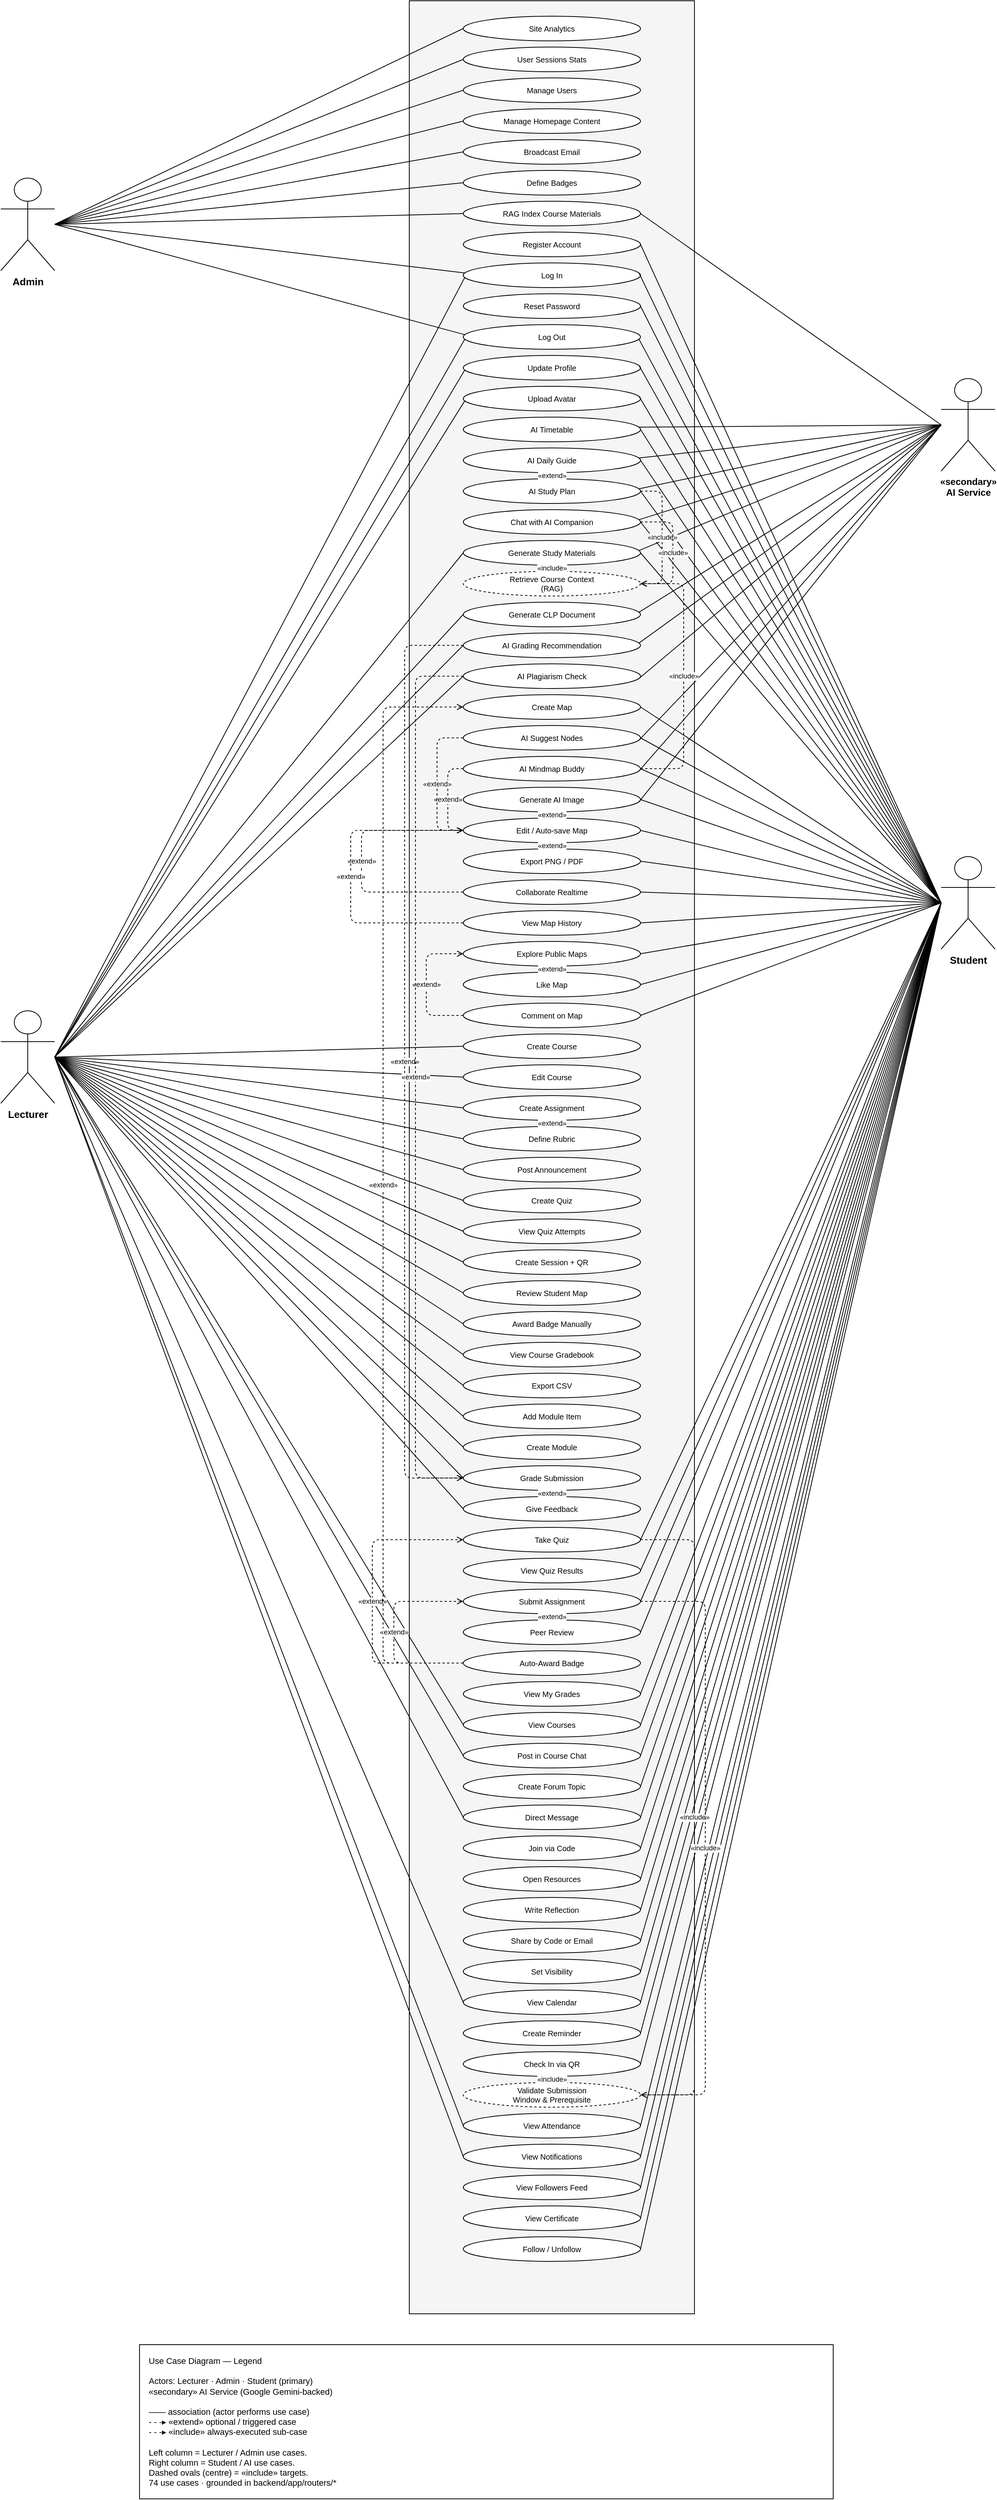
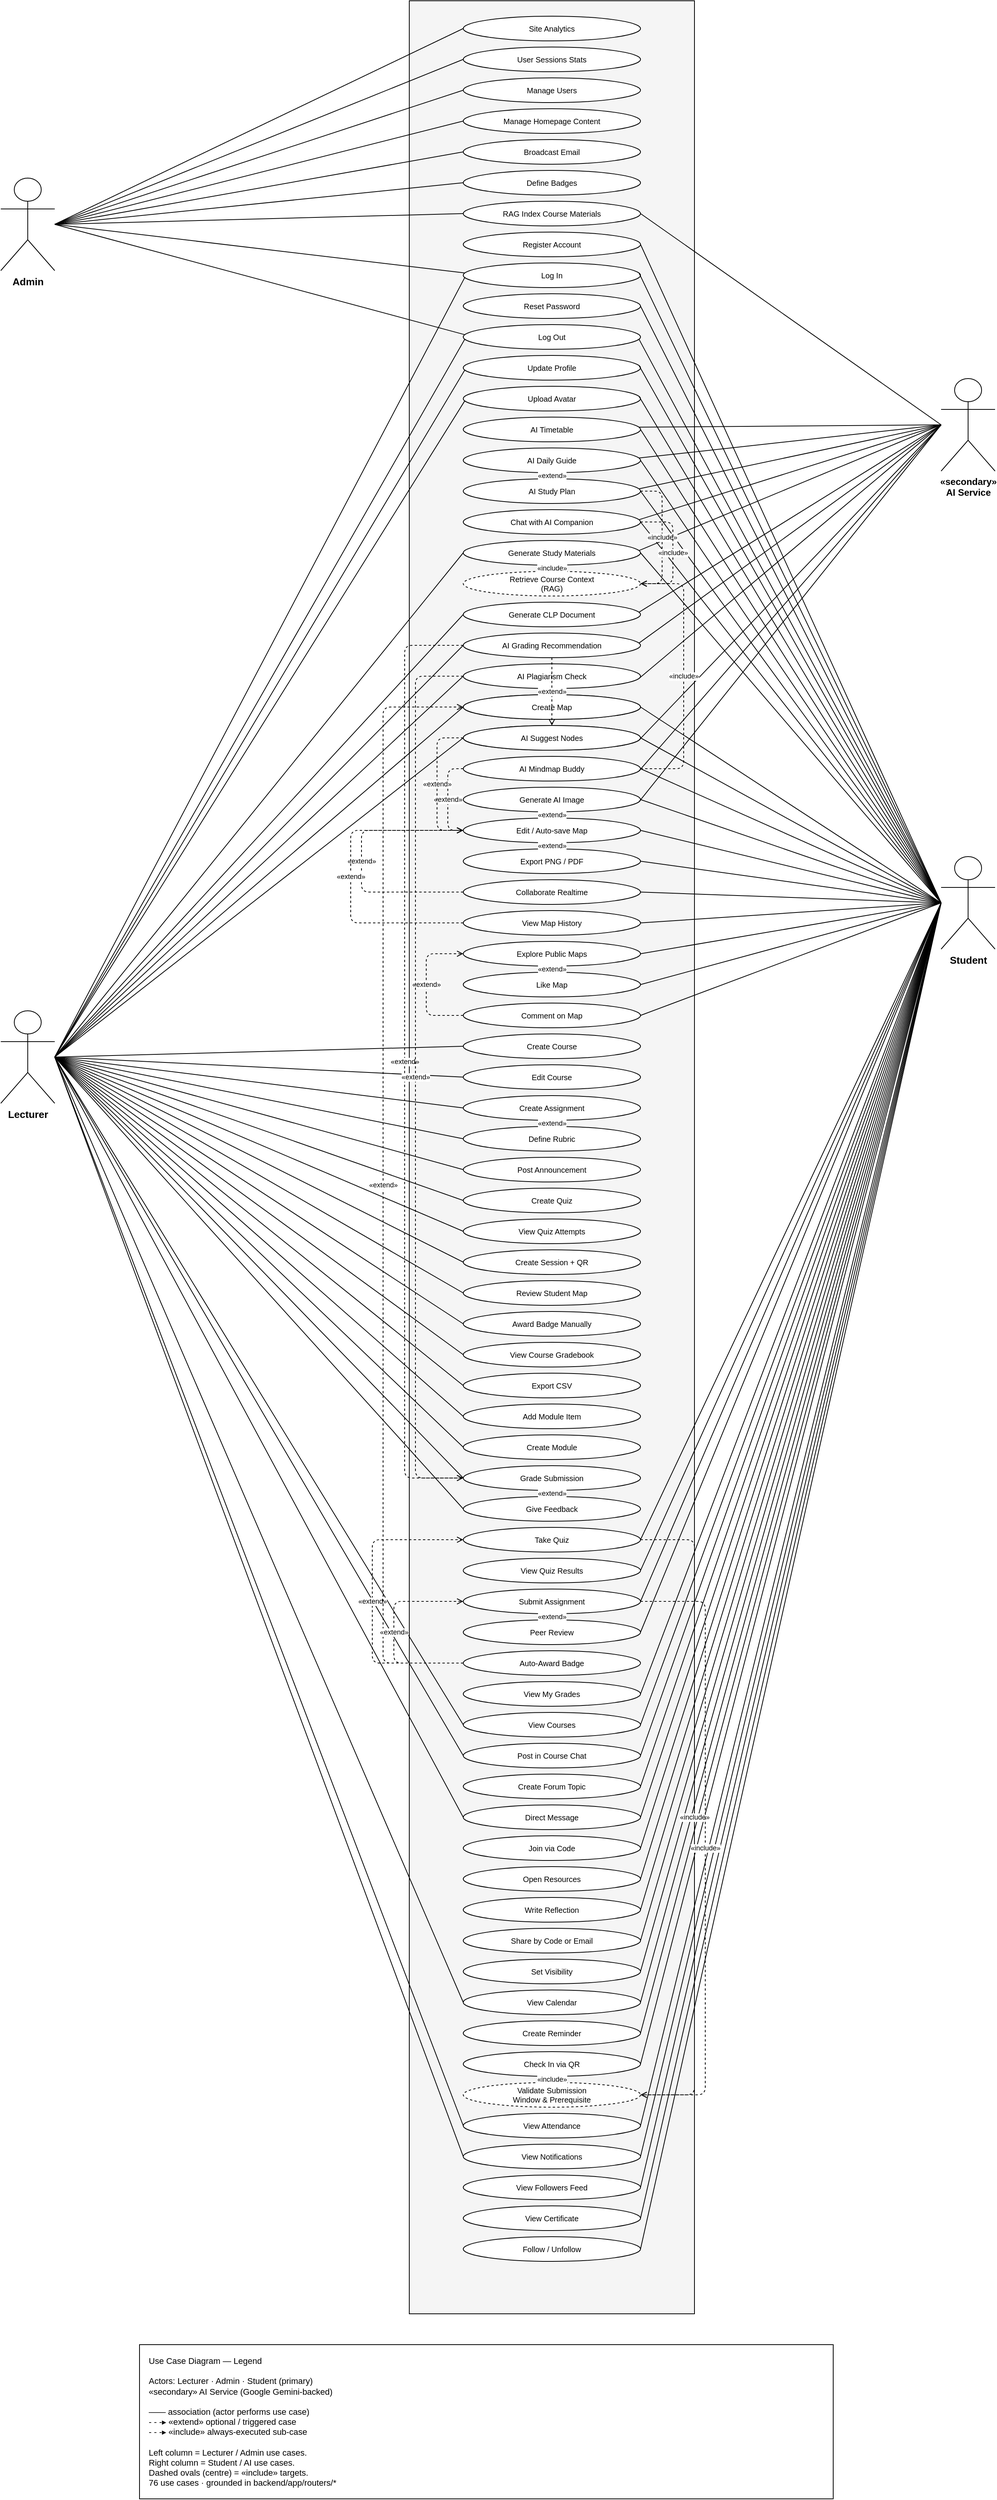
<mxfile host="app.diagrams.net" agent="MySmartStudy" version="22.1.16">
  <diagram id="usecase" name="Use Case Diagram">
    <mxGraphModel dx="2000" dy="1400" grid="0" gridSize="10" guides="1" tooltips="1" connect="1" arrows="1" fold="1" page="1" pageScale="1" pageWidth="1500" pageHeight="3360" math="0" shadow="0">
      <root>
        <mxCell id="0" />
        <mxCell id="1" parent="0" />

        <!-- ============ SYSTEM BOUNDARY ============ -->
        <mxCell id="boundary" value="MySmartStudy" style="rounded=0;whiteSpace=wrap;html=1;fillColor=#F5F5F5;strokeColor=#000000;verticalAlign=top;align=center;fontSize=22;fontStyle=1;fontColor=#000000;spacingTop=12" vertex="1" parent="1">
          <mxGeometry x="650" y="70" width="370" height="3000" as="geometry" />
        </mxCell>

        <!-- ============ ACTORS ============ -->
        <mxCell id="act_adm" value="Admin" style="shape=umlActor;verticalLabelPosition=bottom;verticalAlign=top;html=1;outlineConnect=0;fontSize=13;fontStyle=1;fillColor=#ffffff;strokeColor=#000000;fontColor=#000000" vertex="1" parent="1">
          <mxGeometry x="120" y="300" width="70" height="120" as="geometry" />
        </mxCell>
        <mxCell id="act_lec" value="Lecturer" style="shape=umlActor;verticalLabelPosition=bottom;verticalAlign=top;html=1;outlineConnect=0;fontSize=13;fontStyle=1;fillColor=#ffffff;strokeColor=#000000;fontColor=#000000" vertex="1" parent="1">
          <mxGeometry x="120" y="1380" width="70" height="120" as="geometry" />
        </mxCell>
        <mxCell id="act_stu" value="Student" style="shape=umlActor;verticalLabelPosition=bottom;verticalAlign=top;html=1;outlineConnect=0;fontSize=13;fontStyle=1;fillColor=#ffffff;strokeColor=#000000;fontColor=#000000" vertex="1" parent="1">
          <mxGeometry x="1340" y="1180" width="70" height="120" as="geometry" />
        </mxCell>
        <mxCell id="act_ai" value="«secondary»&#10;AI Service" style="shape=umlActor;verticalLabelPosition=bottom;verticalAlign=top;html=1;outlineConnect=0;fontSize=12;fontStyle=1;fillColor=#ffffff;strokeColor=#000000;fontColor=#000000" vertex="1" parent="1">
          <mxGeometry x="1340" y="560" width="70" height="120" as="geometry" />
        </mxCell>

        <!-- ============ LEFT COLUMN — Lecturer / Admin use cases ============ -->
        <mxCell id="A1" value="Site Analytics" style="ellipse;whiteSpace=wrap;html=1;fillColor=#ffffff;strokeColor=#000000;fontColor=#000000;fontSize=10" vertex="1" parent="1"><mxGeometry x="720" y="90" width="230" height="32" as="geometry" /></mxCell>
        <mxCell id="A2" value="User Sessions Stats" style="ellipse;whiteSpace=wrap;html=1;fillColor=#ffffff;strokeColor=#000000;fontColor=#000000;fontSize=10" vertex="1" parent="1"><mxGeometry x="720" y="130" width="230" height="32" as="geometry" /></mxCell>
        <mxCell id="A3" value="Manage Users" style="ellipse;whiteSpace=wrap;html=1;fillColor=#ffffff;strokeColor=#000000;fontColor=#000000;fontSize=10" vertex="1" parent="1"><mxGeometry x="720" y="170" width="230" height="32" as="geometry" /></mxCell>
        <mxCell id="A4" value="Manage Homepage Content" style="ellipse;whiteSpace=wrap;html=1;fillColor=#ffffff;strokeColor=#000000;fontColor=#000000;fontSize=10" vertex="1" parent="1"><mxGeometry x="720" y="210" width="230" height="32" as="geometry" /></mxCell>
        <mxCell id="A5" value="Broadcast Email" style="ellipse;whiteSpace=wrap;html=1;fillColor=#ffffff;strokeColor=#000000;fontColor=#000000;fontSize=10" vertex="1" parent="1"><mxGeometry x="720" y="250" width="230" height="32" as="geometry" /></mxCell>
        <mxCell id="A6" value="Define Badges" style="ellipse;whiteSpace=wrap;html=1;fillColor=#ffffff;strokeColor=#000000;fontColor=#000000;fontSize=10" vertex="1" parent="1"><mxGeometry x="720" y="290" width="230" height="32" as="geometry" /></mxCell>
        <mxCell id="u_rag" value="RAG Index Course Materials" style="ellipse;whiteSpace=wrap;html=1;fillColor=#ffffff;strokeColor=#000000;fontColor=#000000;fontSize=10" vertex="1" parent="1"><mxGeometry x="720" y="330" width="230" height="32" as="geometry" /></mxCell>
        <mxCell id="u0" value="Log In" style="ellipse;whiteSpace=wrap;html=1;fillColor=#ffffff;strokeColor=#000000;fontColor=#000000;fontSize=10" vertex="1" parent="1"><mxGeometry x="720" y="410" width="230" height="32" as="geometry" /></mxCell>
        <mxCell id="u3" value="Log Out" style="ellipse;whiteSpace=wrap;html=1;fillColor=#ffffff;strokeColor=#000000;fontColor=#000000;fontSize=10" vertex="1" parent="1"><mxGeometry x="720" y="490" width="230" height="32" as="geometry" /></mxCell>
        <mxCell id="u1" value="Update Profile" style="ellipse;whiteSpace=wrap;html=1;fillColor=#ffffff;strokeColor=#000000;fontColor=#000000;fontSize=10" vertex="1" parent="1"><mxGeometry x="720" y="530" width="230" height="32" as="geometry" /></mxCell>
        <mxCell id="u2" value="Upload Avatar" style="ellipse;whiteSpace=wrap;html=1;fillColor=#ffffff;strokeColor=#000000;fontColor=#000000;fontSize=10" vertex="1" parent="1"><mxGeometry x="720" y="570" width="230" height="32" as="geometry" /></mxCell>
        <mxCell id="L1" value="Create Course" style="ellipse;whiteSpace=wrap;html=1;fillColor=#ffffff;strokeColor=#000000;fontColor=#000000;fontSize=10" vertex="1" parent="1"><mxGeometry x="720" y="1410" width="230" height="32" as="geometry" /></mxCell>
        <mxCell id="L2" value="Edit Course" style="ellipse;whiteSpace=wrap;html=1;fillColor=#ffffff;strokeColor=#000000;fontColor=#000000;fontSize=10" vertex="1" parent="1"><mxGeometry x="720" y="1450" width="230" height="32" as="geometry" /></mxCell>
        <mxCell id="L3" value="Create Assignment" style="ellipse;whiteSpace=wrap;html=1;fillColor=#ffffff;strokeColor=#000000;fontColor=#000000;fontSize=10" vertex="1" parent="1"><mxGeometry x="720" y="1490" width="230" height="32" as="geometry" /></mxCell>
        <mxCell id="L4" value="Define Rubric" style="ellipse;whiteSpace=wrap;html=1;fillColor=#ffffff;strokeColor=#000000;fontColor=#000000;fontSize=10" vertex="1" parent="1"><mxGeometry x="720" y="1530" width="230" height="32" as="geometry" /></mxCell>
        <mxCell id="L5" value="Post Announcement" style="ellipse;whiteSpace=wrap;html=1;fillColor=#ffffff;strokeColor=#000000;fontColor=#000000;fontSize=10" vertex="1" parent="1"><mxGeometry x="720" y="1570" width="230" height="32" as="geometry" /></mxCell>
        <mxCell id="L6" value="Create Quiz" style="ellipse;whiteSpace=wrap;html=1;fillColor=#ffffff;strokeColor=#000000;fontColor=#000000;fontSize=10" vertex="1" parent="1"><mxGeometry x="720" y="1610" width="230" height="32" as="geometry" /></mxCell>
        <mxCell id="L7" value="View Quiz Attempts" style="ellipse;whiteSpace=wrap;html=1;fillColor=#ffffff;strokeColor=#000000;fontColor=#000000;fontSize=10" vertex="1" parent="1"><mxGeometry x="720" y="1650" width="230" height="32" as="geometry" /></mxCell>
        <mxCell id="L8" value="Create Session + QR" style="ellipse;whiteSpace=wrap;html=1;fillColor=#ffffff;strokeColor=#000000;fontColor=#000000;fontSize=10" vertex="1" parent="1"><mxGeometry x="720" y="1690" width="230" height="32" as="geometry" /></mxCell>
        <mxCell id="L9" value="Review Student Map" style="ellipse;whiteSpace=wrap;html=1;fillColor=#ffffff;strokeColor=#000000;fontColor=#000000;fontSize=10" vertex="1" parent="1"><mxGeometry x="720" y="1730" width="230" height="32" as="geometry" /></mxCell>
        <mxCell id="L10" value="Award Badge Manually" style="ellipse;whiteSpace=wrap;html=1;fillColor=#ffffff;strokeColor=#000000;fontColor=#000000;fontSize=10" vertex="1" parent="1"><mxGeometry x="720" y="1770" width="230" height="32" as="geometry" /></mxCell>
        <mxCell id="L11" value="View Course Gradebook" style="ellipse;whiteSpace=wrap;html=1;fillColor=#ffffff;strokeColor=#000000;fontColor=#000000;fontSize=10" vertex="1" parent="1"><mxGeometry x="720" y="1810" width="230" height="32" as="geometry" /></mxCell>
        <mxCell id="L12" value="Export CSV" style="ellipse;whiteSpace=wrap;html=1;fillColor=#ffffff;strokeColor=#000000;fontColor=#000000;fontSize=10" vertex="1" parent="1"><mxGeometry x="720" y="1850" width="230" height="32" as="geometry" /></mxCell>
        <mxCell id="L13" value="Add Module Item" style="ellipse;whiteSpace=wrap;html=1;fillColor=#ffffff;strokeColor=#000000;fontColor=#000000;fontSize=10" vertex="1" parent="1"><mxGeometry x="720" y="1890" width="230" height="32" as="geometry" /></mxCell>
        <mxCell id="L14" value="Create Module" style="ellipse;whiteSpace=wrap;html=1;fillColor=#ffffff;strokeColor=#000000;fontColor=#000000;fontSize=10" vertex="1" parent="1"><mxGeometry x="720" y="1930" width="230" height="32" as="geometry" /></mxCell>
        <mxCell id="u8" value="Generate Study Materials" style="ellipse;whiteSpace=wrap;html=1;fillColor=#ffffff;strokeColor=#000000;fontColor=#000000;fontSize=10" vertex="1" parent="1"><mxGeometry x="720" y="770" width="230" height="32" as="geometry" /></mxCell>
        <mxCell id="u16" value="Generate CLP Document" style="ellipse;whiteSpace=wrap;html=1;fillColor=#ffffff;strokeColor=#000000;fontColor=#000000;fontSize=10" vertex="1" parent="1"><mxGeometry x="720" y="850" width="230" height="32" as="geometry" /></mxCell>
        <mxCell id="u17" value="AI Grading Recommendation" style="ellipse;whiteSpace=wrap;html=1;fillColor=#ffffff;strokeColor=#000000;fontColor=#000000;fontSize=10" vertex="1" parent="1"><mxGeometry x="720" y="890" width="230" height="32" as="geometry" /></mxCell>
+         <mxCell id="u17b" value="Review / Override AI Grade" style="ellipse;whiteSpace=wrap;html=1;fillColor=#ffffff;strokeColor=#000000;fontColor=#000000;fontSize=10" vertex="1" parent="1"><mxGeometry x="720" y="1010" width="230" height="32" as="geometry" /></mxCell>
        <mxCell id="u18" value="Grade Submission" style="ellipse;whiteSpace=wrap;html=1;fillColor=#ffffff;strokeColor=#000000;fontColor=#000000;fontSize=10" vertex="1" parent="1"><mxGeometry x="720" y="1970" width="230" height="32" as="geometry" /></mxCell>
        <mxCell id="u19" value="Give Feedback" style="ellipse;whiteSpace=wrap;html=1;fillColor=#ffffff;strokeColor=#000000;fontColor=#000000;fontSize=10" vertex="1" parent="1"><mxGeometry x="720" y="2010" width="230" height="32" as="geometry" /></mxCell>
        <mxCell id="u20" value="AI Plagiarism Check" style="ellipse;whiteSpace=wrap;html=1;fillColor=#ffffff;strokeColor=#000000;fontColor=#000000;fontSize=10" vertex="1" parent="1"><mxGeometry x="720" y="930" width="230" height="32" as="geometry" /></mxCell>
+         <mxCell id="u20b" value="Review / Confirm Flagged Submission" style="ellipse;whiteSpace=wrap;html=1;fillColor=#ffffff;strokeColor=#000000;fontColor=#000000;fontSize=10" vertex="1" parent="1"><mxGeometry x="720" y="970" width="230" height="32" as="geometry" /></mxCell>
        <mxCell id="u21" value="View Courses" style="ellipse;whiteSpace=wrap;html=1;fillColor=#ffffff;strokeColor=#000000;fontColor=#000000;fontSize=10" vertex="1" parent="1"><mxGeometry x="720" y="2290" width="230" height="32" as="geometry" /></mxCell>
        <mxCell id="u22" value="Post in Course Chat" style="ellipse;whiteSpace=wrap;html=1;fillColor=#ffffff;strokeColor=#000000;fontColor=#000000;fontSize=10" vertex="1" parent="1"><mxGeometry x="720" y="2330" width="230" height="32" as="geometry" /></mxCell>
        <mxCell id="u24" value="Direct Message" style="ellipse;whiteSpace=wrap;html=1;fillColor=#ffffff;strokeColor=#000000;fontColor=#000000;fontSize=10" vertex="1" parent="1"><mxGeometry x="720" y="2410" width="230" height="32" as="geometry" /></mxCell>
        <mxCell id="u25" value="View Calendar" style="ellipse;whiteSpace=wrap;html=1;fillColor=#ffffff;strokeColor=#000000;fontColor=#000000;fontSize=10" vertex="1" parent="1"><mxGeometry x="720" y="2650" width="230" height="32" as="geometry" /></mxCell>
        <mxCell id="u28" value="View Attendance" style="ellipse;whiteSpace=wrap;html=1;fillColor=#ffffff;strokeColor=#000000;fontColor=#000000;fontSize=10" vertex="1" parent="1"><mxGeometry x="720" y="2810" width="230" height="32" as="geometry" /></mxCell>
        <mxCell id="u29" value="View Notifications" style="ellipse;whiteSpace=wrap;html=1;fillColor=#ffffff;strokeColor=#000000;fontColor=#000000;fontSize=10" vertex="1" parent="1"><mxGeometry x="720" y="2850" width="230" height="32" as="geometry" /></mxCell>

        <!-- ============ RIGHT COLUMN — Student / AI use cases ============ -->
        <mxCell id="u4" value="AI Timetable" style="ellipse;whiteSpace=wrap;html=1;fillColor=#ffffff;strokeColor=#000000;fontColor=#000000;fontSize=10" vertex="1" parent="1"><mxGeometry x="720" y="610" width="230" height="32" as="geometry" /></mxCell>
        <mxCell id="u5" value="AI Daily Guide" style="ellipse;whiteSpace=wrap;html=1;fillColor=#ffffff;strokeColor=#000000;fontColor=#000000;fontSize=10" vertex="1" parent="1"><mxGeometry x="720" y="650" width="230" height="32" as="geometry" /></mxCell>
        <mxCell id="u6" value="AI Study Plan" style="ellipse;whiteSpace=wrap;html=1;fillColor=#ffffff;strokeColor=#000000;fontColor=#000000;fontSize=10" vertex="1" parent="1"><mxGeometry x="720" y="690" width="230" height="32" as="geometry" /></mxCell>
        <mxCell id="u7" value="Chat with AI Companion" style="ellipse;whiteSpace=wrap;html=1;fillColor=#ffffff;strokeColor=#000000;fontColor=#000000;fontSize=10" vertex="1" parent="1"><mxGeometry x="720" y="730" width="230" height="32" as="geometry" /></mxCell>
        <mxCell id="u9" value="Edit / Auto-save Map" style="ellipse;whiteSpace=wrap;html=1;fillColor=#ffffff;strokeColor=#000000;fontColor=#000000;fontSize=10" vertex="1" parent="1"><mxGeometry x="720" y="1130" width="230" height="32" as="geometry" /></mxCell>
        <mxCell id="u10" value="Generate AI Image" style="ellipse;whiteSpace=wrap;html=1;fillColor=#ffffff;strokeColor=#000000;fontColor=#000000;fontSize=10" vertex="1" parent="1"><mxGeometry x="720" y="1090" width="230" height="32" as="geometry" /></mxCell>
        <mxCell id="u11" value="AI Mindmap Buddy" style="ellipse;whiteSpace=wrap;html=1;fillColor=#ffffff;strokeColor=#000000;fontColor=#000000;fontSize=10" vertex="1" parent="1"><mxGeometry x="720" y="1050" width="230" height="32" as="geometry" /></mxCell>
        <mxCell id="u12" value="AI Suggest Nodes" style="ellipse;whiteSpace=wrap;html=1;fillColor=#ffffff;strokeColor=#000000;fontColor=#000000;fontSize=10" vertex="1" parent="1"><mxGeometry x="720" y="1010" width="230" height="32" as="geometry" /></mxCell>
        <mxCell id="u13" value="Explore Public Maps" style="ellipse;whiteSpace=wrap;html=1;fillColor=#ffffff;strokeColor=#000000;fontColor=#000000;fontSize=10" vertex="1" parent="1"><mxGeometry x="720" y="1290" width="230" height="32" as="geometry" /></mxCell>
        <mxCell id="u14" value="Like Map" style="ellipse;whiteSpace=wrap;html=1;fillColor=#ffffff;strokeColor=#000000;fontColor=#000000;fontSize=10" vertex="1" parent="1"><mxGeometry x="720" y="1330" width="230" height="32" as="geometry" /></mxCell>
        <mxCell id="u15" value="Comment on Map" style="ellipse;whiteSpace=wrap;html=1;fillColor=#ffffff;strokeColor=#000000;fontColor=#000000;fontSize=10" vertex="1" parent="1"><mxGeometry x="720" y="1370" width="230" height="32" as="geometry" /></mxCell>
        <mxCell id="u23" value="Create Forum Topic" style="ellipse;whiteSpace=wrap;html=1;fillColor=#ffffff;strokeColor=#000000;fontColor=#000000;fontSize=10" vertex="1" parent="1"><mxGeometry x="720" y="2370" width="230" height="32" as="geometry" /></mxCell>
        <mxCell id="u26" value="Create Reminder" style="ellipse;whiteSpace=wrap;html=1;fillColor=#ffffff;strokeColor=#000000;fontColor=#000000;fontSize=10" vertex="1" parent="1"><mxGeometry x="720" y="2690" width="230" height="32" as="geometry" /></mxCell>
        <mxCell id="u27" value="Check In via QR" style="ellipse;whiteSpace=wrap;html=1;fillColor=#ffffff;strokeColor=#000000;fontColor=#000000;fontSize=10" vertex="1" parent="1"><mxGeometry x="720" y="2730" width="230" height="32" as="geometry" /></mxCell>
        <mxCell id="u30" value="Reset Password" style="ellipse;whiteSpace=wrap;html=1;fillColor=#ffffff;strokeColor=#000000;fontColor=#000000;fontSize=10" vertex="1" parent="1"><mxGeometry x="720" y="450" width="230" height="32" as="geometry" /></mxCell>
        <mxCell id="u31" value="Register Account" style="ellipse;whiteSpace=wrap;html=1;fillColor=#ffffff;strokeColor=#000000;fontColor=#000000;fontSize=10" vertex="1" parent="1"><mxGeometry x="720" y="370" width="230" height="32" as="geometry" /></mxCell>
        <mxCell id="u32" value="Join via Code" style="ellipse;whiteSpace=wrap;html=1;fillColor=#ffffff;strokeColor=#000000;fontColor=#000000;fontSize=10" vertex="1" parent="1"><mxGeometry x="720" y="2450" width="230" height="32" as="geometry" /></mxCell>
        <mxCell id="u33" value="Open Resources" style="ellipse;whiteSpace=wrap;html=1;fillColor=#ffffff;strokeColor=#000000;fontColor=#000000;fontSize=10" vertex="1" parent="1"><mxGeometry x="720" y="2490" width="230" height="32" as="geometry" /></mxCell>
        <mxCell id="u34" value="Write Reflection" style="ellipse;whiteSpace=wrap;html=1;fillColor=#ffffff;strokeColor=#000000;fontColor=#000000;fontSize=10" vertex="1" parent="1"><mxGeometry x="720" y="2530" width="230" height="32" as="geometry" /></mxCell>
        <mxCell id="u35" value="Share by Code or Email" style="ellipse;whiteSpace=wrap;html=1;fillColor=#ffffff;strokeColor=#000000;fontColor=#000000;fontSize=10" vertex="1" parent="1"><mxGeometry x="720" y="2570" width="230" height="32" as="geometry" /></mxCell>
        <mxCell id="u36" value="Set Visibility" style="ellipse;whiteSpace=wrap;html=1;fillColor=#ffffff;strokeColor=#000000;fontColor=#000000;fontSize=10" vertex="1" parent="1"><mxGeometry x="720" y="2610" width="230" height="32" as="geometry" /></mxCell>
        <mxCell id="u37" value="Export PNG / PDF" style="ellipse;whiteSpace=wrap;html=1;fillColor=#ffffff;strokeColor=#000000;fontColor=#000000;fontSize=10" vertex="1" parent="1"><mxGeometry x="720" y="1170" width="230" height="32" as="geometry" /></mxCell>
        <mxCell id="u38" value="Collaborate Realtime" style="ellipse;whiteSpace=wrap;html=1;fillColor=#ffffff;strokeColor=#000000;fontColor=#000000;fontSize=10" vertex="1" parent="1"><mxGeometry x="720" y="1210" width="230" height="32" as="geometry" /></mxCell>
        <mxCell id="u39" value="View Map History" style="ellipse;whiteSpace=wrap;html=1;fillColor=#ffffff;strokeColor=#000000;fontColor=#000000;fontSize=10" vertex="1" parent="1"><mxGeometry x="720" y="1250" width="230" height="32" as="geometry" /></mxCell>
        <mxCell id="u40" value="Peer Review" style="ellipse;whiteSpace=wrap;html=1;fillColor=#ffffff;strokeColor=#000000;fontColor=#000000;fontSize=10" vertex="1" parent="1"><mxGeometry x="720" y="2170" width="230" height="32" as="geometry" /></mxCell>
        <mxCell id="u41" value="View Followers Feed" style="ellipse;whiteSpace=wrap;html=1;fillColor=#ffffff;strokeColor=#000000;fontColor=#000000;fontSize=10" vertex="1" parent="1"><mxGeometry x="720" y="2890" width="230" height="32" as="geometry" /></mxCell>
        <mxCell id="u42" value="View Certificate" style="ellipse;whiteSpace=wrap;html=1;fillColor=#ffffff;strokeColor=#000000;fontColor=#000000;fontSize=10" vertex="1" parent="1"><mxGeometry x="720" y="2930" width="230" height="32" as="geometry" /></mxCell>
        <mxCell id="u43" value="View My Grades" style="ellipse;whiteSpace=wrap;html=1;fillColor=#ffffff;strokeColor=#000000;fontColor=#000000;fontSize=10" vertex="1" parent="1"><mxGeometry x="720" y="2250" width="230" height="32" as="geometry" /></mxCell>
        <mxCell id="u44" value="View Quiz Results" style="ellipse;whiteSpace=wrap;html=1;fillColor=#ffffff;strokeColor=#000000;fontColor=#000000;fontSize=10" vertex="1" parent="1"><mxGeometry x="720" y="2090" width="230" height="32" as="geometry" /></mxCell>
        <mxCell id="u45" value="Follow / Unfollow" style="ellipse;whiteSpace=wrap;html=1;fillColor=#ffffff;strokeColor=#000000;fontColor=#000000;fontSize=10" vertex="1" parent="1"><mxGeometry x="720" y="2970" width="230" height="32" as="geometry" /></mxCell>
        <mxCell id="u46" value="Take Quiz" style="ellipse;whiteSpace=wrap;html=1;fillColor=#ffffff;strokeColor=#000000;fontColor=#000000;fontSize=10" vertex="1" parent="1"><mxGeometry x="720" y="2050" width="230" height="32" as="geometry" /></mxCell>
        <mxCell id="u47" value="Auto-Award Badge" style="ellipse;whiteSpace=wrap;html=1;fillColor=#ffffff;strokeColor=#000000;fontColor=#000000;fontSize=10" vertex="1" parent="1"><mxGeometry x="720" y="2210" width="230" height="32" as="geometry" /></mxCell>
        <mxCell id="u48" value="Create Map" style="ellipse;whiteSpace=wrap;html=1;fillColor=#ffffff;strokeColor=#000000;fontColor=#000000;fontSize=10" vertex="1" parent="1"><mxGeometry x="720" y="970" width="230" height="32" as="geometry" /></mxCell>
        <mxCell id="u49" value="Submit Assignment" style="ellipse;whiteSpace=wrap;html=1;fillColor=#ffffff;strokeColor=#000000;fontColor=#000000;fontSize=10" vertex="1" parent="1"><mxGeometry x="720" y="2130" width="230" height="32" as="geometry" /></mxCell>

        <!-- ============ INCLUDE TARGETS (middle channel) ============ -->
        <mxCell id="u_retrieve" value="Retrieve Course Context&#10;(RAG)" style="ellipse;whiteSpace=wrap;html=1;fillColor=#ffffff;strokeColor=#000000;fontColor=#000000;fontSize=10;dashed=1" vertex="1" parent="1"><mxGeometry x="720" y="810" width="230" height="32" as="geometry" /></mxCell>
        <mxCell id="u_validate" value="Validate Submission&#10;Window &amp; Prerequisite" style="ellipse;whiteSpace=wrap;html=1;fillColor=#ffffff;strokeColor=#000000;fontColor=#000000;fontSize=10;dashed=1" vertex="1" parent="1"><mxGeometry x="720" y="2770" width="230" height="32" as="geometry" /></mxCell>

        <!-- ============ ADMIN ASSOCIATIONS (left fan) ============ -->
        <mxCell id="ea1" style="html=1;endArrow=none;strokeColor=#000000;exitX=1;exitY=0.5;entryX=0;entryY=0.5;" edge="1" parent="1" source="act_adm" target="A1"><mxGeometry relative="1" as="geometry" /></mxCell>
        <mxCell id="ea2" style="html=1;endArrow=none;strokeColor=#000000;exitX=1;exitY=0.5;entryX=0;entryY=0.5;" edge="1" parent="1" source="act_adm" target="A2"><mxGeometry relative="1" as="geometry" /></mxCell>
        <mxCell id="ea3" style="html=1;endArrow=none;strokeColor=#000000;exitX=1;exitY=0.5;entryX=0;entryY=0.5;" edge="1" parent="1" source="act_adm" target="A3"><mxGeometry relative="1" as="geometry" /></mxCell>
        <mxCell id="ea4" style="html=1;endArrow=none;strokeColor=#000000;exitX=1;exitY=0.5;entryX=0;entryY=0.5;" edge="1" parent="1" source="act_adm" target="A4"><mxGeometry relative="1" as="geometry" /></mxCell>
        <mxCell id="ea5" style="html=1;endArrow=none;strokeColor=#000000;exitX=1;exitY=0.5;entryX=0;entryY=0.5;" edge="1" parent="1" source="act_adm" target="A5"><mxGeometry relative="1" as="geometry" /></mxCell>
        <mxCell id="ea6" style="html=1;endArrow=none;strokeColor=#000000;exitX=1;exitY=0.5;entryX=0;entryY=0.5;" edge="1" parent="1" source="act_adm" target="A6"><mxGeometry relative="1" as="geometry" /></mxCell>
        <mxCell id="ea7" style="html=1;endArrow=none;strokeColor=#000000;exitX=1;exitY=0.5;entryX=0;entryY=0.5;" edge="1" parent="1" source="act_adm" target="u_rag"><mxGeometry relative="1" as="geometry" /></mxCell>
        <mxCell id="ea8" style="html=1;endArrow=none;strokeColor=#000000;exitX=1;exitY=0.5;entryX=0;entryY=0.4;" edge="1" parent="1" source="act_adm" target="u0"><mxGeometry relative="1" as="geometry" /></mxCell>
        <mxCell id="ea9" style="html=1;endArrow=none;strokeColor=#000000;exitX=1;exitY=0.5;entryX=0;entryY=0.4;" edge="1" parent="1" source="act_adm" target="u3"><mxGeometry relative="1" as="geometry" /></mxCell>

        <!-- ============ LECTURER ASSOCIATIONS (left fan) ============ -->
        <mxCell id="el1" style="html=1;endArrow=none;strokeColor=#000000;exitX=1;exitY=0.5;entryX=0;entryY=0.5;" edge="1" parent="1" source="act_lec" target="L1"><mxGeometry relative="1" as="geometry" /></mxCell>
        <mxCell id="el2" style="html=1;endArrow=none;strokeColor=#000000;exitX=1;exitY=0.5;entryX=0;entryY=0.5;" edge="1" parent="1" source="act_lec" target="L2"><mxGeometry relative="1" as="geometry" /></mxCell>
        <mxCell id="el3" style="html=1;endArrow=none;strokeColor=#000000;exitX=1;exitY=0.5;entryX=0;entryY=0.5;" edge="1" parent="1" source="act_lec" target="L3"><mxGeometry relative="1" as="geometry" /></mxCell>
        <mxCell id="el4" style="html=1;endArrow=none;strokeColor=#000000;exitX=1;exitY=0.5;entryX=0;entryY=0.5;" edge="1" parent="1" source="act_lec" target="L4"><mxGeometry relative="1" as="geometry" /></mxCell>
        <mxCell id="el5" style="html=1;endArrow=none;strokeColor=#000000;exitX=1;exitY=0.5;entryX=0;entryY=0.5;" edge="1" parent="1" source="act_lec" target="L5"><mxGeometry relative="1" as="geometry" /></mxCell>
        <mxCell id="el6" style="html=1;endArrow=none;strokeColor=#000000;exitX=1;exitY=0.5;entryX=0;entryY=0.5;" edge="1" parent="1" source="act_lec" target="L6"><mxGeometry relative="1" as="geometry" /></mxCell>
        <mxCell id="el7" style="html=1;endArrow=none;strokeColor=#000000;exitX=1;exitY=0.5;entryX=0;entryY=0.5;" edge="1" parent="1" source="act_lec" target="L7"><mxGeometry relative="1" as="geometry" /></mxCell>
        <mxCell id="el8" style="html=1;endArrow=none;strokeColor=#000000;exitX=1;exitY=0.5;entryX=0;entryY=0.5;" edge="1" parent="1" source="act_lec" target="L8"><mxGeometry relative="1" as="geometry" /></mxCell>
        <mxCell id="el9" style="html=1;endArrow=none;strokeColor=#000000;exitX=1;exitY=0.5;entryX=0;entryY=0.5;" edge="1" parent="1" source="act_lec" target="L9"><mxGeometry relative="1" as="geometry" /></mxCell>
        <mxCell id="el10" style="html=1;endArrow=none;strokeColor=#000000;exitX=1;exitY=0.5;entryX=0;entryY=0.5;" edge="1" parent="1" source="act_lec" target="L10"><mxGeometry relative="1" as="geometry" /></mxCell>
        <mxCell id="el11" style="html=1;endArrow=none;strokeColor=#000000;exitX=1;exitY=0.5;entryX=0;entryY=0.5;" edge="1" parent="1" source="act_lec" target="L11"><mxGeometry relative="1" as="geometry" /></mxCell>
        <mxCell id="el12" style="html=1;endArrow=none;strokeColor=#000000;exitX=1;exitY=0.5;entryX=0;entryY=0.5;" edge="1" parent="1" source="act_lec" target="L12"><mxGeometry relative="1" as="geometry" /></mxCell>
        <mxCell id="el13" style="html=1;endArrow=none;strokeColor=#000000;exitX=1;exitY=0.5;entryX=0;entryY=0.5;" edge="1" parent="1" source="act_lec" target="L13"><mxGeometry relative="1" as="geometry" /></mxCell>
        <mxCell id="el14" style="html=1;endArrow=none;strokeColor=#000000;exitX=1;exitY=0.5;entryX=0;entryY=0.5;" edge="1" parent="1" source="act_lec" target="L14"><mxGeometry relative="1" as="geometry" /></mxCell>
        <mxCell id="el15" style="html=1;endArrow=none;strokeColor=#000000;exitX=1;exitY=0.5;entryX=0;entryY=0.6;" edge="1" parent="1" source="act_lec" target="u0"><mxGeometry relative="1" as="geometry" /></mxCell>
        <mxCell id="el16" style="html=1;endArrow=none;strokeColor=#000000;exitX=1;exitY=0.5;entryX=0;entryY=0.6;" edge="1" parent="1" source="act_lec" target="u1"><mxGeometry relative="1" as="geometry" /></mxCell>
        <mxCell id="el17" style="html=1;endArrow=none;strokeColor=#000000;exitX=1;exitY=0.5;entryX=0;entryY=0.6;" edge="1" parent="1" source="act_lec" target="u2"><mxGeometry relative="1" as="geometry" /></mxCell>
        <mxCell id="el18" style="html=1;endArrow=none;strokeColor=#000000;exitX=1;exitY=0.5;entryX=0;entryY=0.6;" edge="1" parent="1" source="act_lec" target="u3"><mxGeometry relative="1" as="geometry" /></mxCell>
        <mxCell id="el19" style="html=1;endArrow=none;strokeColor=#000000;exitX=1;exitY=0.5;entryX=0;entryY=0.5;" edge="1" parent="1" source="act_lec" target="u16"><mxGeometry relative="1" as="geometry" /></mxCell>
        <mxCell id="el20" style="html=1;endArrow=none;strokeColor=#000000;exitX=1;exitY=0.5;entryX=0;entryY=0.5;" edge="1" parent="1" source="act_lec" target="u17"><mxGeometry relative="1" as="geometry" /></mxCell>
+         <mxCell id="el20c" style="html=1;endArrow=none;strokeColor=#000000;exitX=1;exitY=0.5;entryX=0;entryY=0.5;" edge="1" parent="1" source="act_lec" target="u17b"><mxGeometry relative="1" as="geometry" /></mxCell>
+         <mxCell id="x9b" value="«extend»" style="html=1;endArrow=open;endFill=0;dashed=1;strokeColor=#000000;fontSize=9;exitX=0.5;exitY=1;entryX=0.5;entryY=0;" edge="1" parent="1" source="u17" target="u17b"><mxGeometry relative="1" as="geometry" /></mxCell>
        <mxCell id="el21" style="html=1;endArrow=none;strokeColor=#000000;exitX=1;exitY=0.5;entryX=0;entryY=0.5;" edge="1" parent="1" source="act_lec" target="u18"><mxGeometry relative="1" as="geometry" /></mxCell>
        <mxCell id="el22" style="html=1;endArrow=none;strokeColor=#000000;exitX=1;exitY=0.5;entryX=0;entryY=0.5;" edge="1" parent="1" source="act_lec" target="u19"><mxGeometry relative="1" as="geometry" /></mxCell>
        <mxCell id="el23" style="html=1;endArrow=none;strokeColor=#000000;exitX=1;exitY=0.5;entryX=0;entryY=0.5;" edge="1" parent="1" source="act_lec" target="u20"><mxGeometry relative="1" as="geometry" /></mxCell>
+         <mxCell id="el23b" style="html=1;endArrow=none;strokeColor=#000000;exitX=1;exitY=0.5;entryX=0;entryY=0.5;" edge="1" parent="1" source="act_lec" target="u20b"><mxGeometry relative="1" as="geometry" /></mxCell>
+         <mxCell id="x8b" value="«extend»" style="html=1;endArrow=open;endFill=0;dashed=1;strokeColor=#000000;fontSize=9;exitX=0.5;exitY=1;entryX=0.5;entryY=0;" edge="1" parent="1" source="u20" target="u20b"><mxGeometry relative="1" as="geometry" /></mxCell>
        <mxCell id="el24" style="html=1;endArrow=none;strokeColor=#000000;exitX=1;exitY=0.5;entryX=0;entryY=0.5;" edge="1" parent="1" source="act_lec" target="u21"><mxGeometry relative="1" as="geometry" /></mxCell>
        <mxCell id="el25" style="html=1;endArrow=none;strokeColor=#000000;exitX=1;exitY=0.5;entryX=0;entryY=0.5;" edge="1" parent="1" source="act_lec" target="u22"><mxGeometry relative="1" as="geometry" /></mxCell>
        <mxCell id="el26" style="html=1;endArrow=none;strokeColor=#000000;exitX=1;exitY=0.5;entryX=0;entryY=0.5;" edge="1" parent="1" source="act_lec" target="u24"><mxGeometry relative="1" as="geometry" /></mxCell>
        <mxCell id="el27" style="html=1;endArrow=none;strokeColor=#000000;exitX=1;exitY=0.5;entryX=0;entryY=0.5;" edge="1" parent="1" source="act_lec" target="u25"><mxGeometry relative="1" as="geometry" /></mxCell>
        <mxCell id="el28" style="html=1;endArrow=none;strokeColor=#000000;exitX=1;exitY=0.5;entryX=0;entryY=0.5;" edge="1" parent="1" source="act_lec" target="u28"><mxGeometry relative="1" as="geometry" /></mxCell>
        <mxCell id="el29" style="html=1;endArrow=none;strokeColor=#000000;exitX=1;exitY=0.5;entryX=0;entryY=0.5;" edge="1" parent="1" source="act_lec" target="u29"><mxGeometry relative="1" as="geometry" /></mxCell>
        <mxCell id="el30" style="html=1;endArrow=none;strokeColor=#000000;exitX=1;exitY=0.5;entryX=0;entryY=0.5;" edge="1" parent="1" source="act_lec" target="u8"><mxGeometry relative="1" as="geometry" /></mxCell>

        <!-- ============ STUDENT ASSOCIATIONS — right column (right fan) ============ -->
        <mxCell id="es4" style="html=1;endArrow=none;strokeColor=#000000;exitX=0;exitY=0.5;entryX=1;entryY=0.5;" edge="1" parent="1" source="act_stu" target="u4"><mxGeometry relative="1" as="geometry" /></mxCell>
        <mxCell id="es5" style="html=1;endArrow=none;strokeColor=#000000;exitX=0;exitY=0.5;entryX=1;entryY=0.5;" edge="1" parent="1" source="act_stu" target="u5"><mxGeometry relative="1" as="geometry" /></mxCell>
        <mxCell id="es6" style="html=1;endArrow=none;strokeColor=#000000;exitX=0;exitY=0.5;entryX=1;entryY=0.5;" edge="1" parent="1" source="act_stu" target="u6"><mxGeometry relative="1" as="geometry" /></mxCell>
        <mxCell id="es7" style="html=1;endArrow=none;strokeColor=#000000;exitX=0;exitY=0.5;entryX=1;entryY=0.5;" edge="1" parent="1" source="act_stu" target="u7"><mxGeometry relative="1" as="geometry" /></mxCell>
        <mxCell id="es9" style="html=1;endArrow=none;strokeColor=#000000;exitX=0;exitY=0.5;entryX=1;entryY=0.5;" edge="1" parent="1" source="act_stu" target="u9"><mxGeometry relative="1" as="geometry" /></mxCell>
        <mxCell id="es10" style="html=1;endArrow=none;strokeColor=#000000;exitX=0;exitY=0.5;entryX=1;entryY=0.5;" edge="1" parent="1" source="act_stu" target="u10"><mxGeometry relative="1" as="geometry" /></mxCell>
        <mxCell id="es11" style="html=1;endArrow=none;strokeColor=#000000;exitX=0;exitY=0.5;entryX=1;entryY=0.5;" edge="1" parent="1" source="act_stu" target="u11"><mxGeometry relative="1" as="geometry" /></mxCell>
        <mxCell id="es12" style="html=1;endArrow=none;strokeColor=#000000;exitX=0;exitY=0.5;entryX=1;entryY=0.5;" edge="1" parent="1" source="act_stu" target="u12"><mxGeometry relative="1" as="geometry" /></mxCell>
        <mxCell id="es13" style="html=1;endArrow=none;strokeColor=#000000;exitX=0;exitY=0.5;entryX=1;entryY=0.5;" edge="1" parent="1" source="act_stu" target="u13"><mxGeometry relative="1" as="geometry" /></mxCell>
        <mxCell id="es14" style="html=1;endArrow=none;strokeColor=#000000;exitX=0;exitY=0.5;entryX=1;entryY=0.5;" edge="1" parent="1" source="act_stu" target="u14"><mxGeometry relative="1" as="geometry" /></mxCell>
        <mxCell id="es15" style="html=1;endArrow=none;strokeColor=#000000;exitX=0;exitY=0.5;entryX=1;entryY=0.5;" edge="1" parent="1" source="act_stu" target="u15"><mxGeometry relative="1" as="geometry" /></mxCell>
        <mxCell id="es23" style="html=1;endArrow=none;strokeColor=#000000;exitX=0;exitY=0.5;entryX=1;entryY=0.5;" edge="1" parent="1" source="act_stu" target="u23"><mxGeometry relative="1" as="geometry" /></mxCell>
        <mxCell id="es26" style="html=1;endArrow=none;strokeColor=#000000;exitX=0;exitY=0.5;entryX=1;entryY=0.5;" edge="1" parent="1" source="act_stu" target="u26"><mxGeometry relative="1" as="geometry" /></mxCell>
        <mxCell id="es27" style="html=1;endArrow=none;strokeColor=#000000;exitX=0;exitY=0.5;entryX=1;entryY=0.5;" edge="1" parent="1" source="act_stu" target="u27"><mxGeometry relative="1" as="geometry" /></mxCell>
        <mxCell id="es30" style="html=1;endArrow=none;strokeColor=#000000;exitX=0;exitY=0.5;entryX=1;entryY=0.5;" edge="1" parent="1" source="act_stu" target="u30"><mxGeometry relative="1" as="geometry" /></mxCell>
        <mxCell id="es31" style="html=1;endArrow=none;strokeColor=#000000;exitX=0;exitY=0.5;entryX=1;entryY=0.5;" edge="1" parent="1" source="act_stu" target="u31"><mxGeometry relative="1" as="geometry" /></mxCell>
        <mxCell id="es32" style="html=1;endArrow=none;strokeColor=#000000;exitX=0;exitY=0.5;entryX=1;entryY=0.5;" edge="1" parent="1" source="act_stu" target="u32"><mxGeometry relative="1" as="geometry" /></mxCell>
        <mxCell id="es33" style="html=1;endArrow=none;strokeColor=#000000;exitX=0;exitY=0.5;entryX=1;entryY=0.5;" edge="1" parent="1" source="act_stu" target="u33"><mxGeometry relative="1" as="geometry" /></mxCell>
        <mxCell id="es34" style="html=1;endArrow=none;strokeColor=#000000;exitX=0;exitY=0.5;entryX=1;entryY=0.5;" edge="1" parent="1" source="act_stu" target="u34"><mxGeometry relative="1" as="geometry" /></mxCell>
        <mxCell id="es35" style="html=1;endArrow=none;strokeColor=#000000;exitX=0;exitY=0.5;entryX=1;entryY=0.5;" edge="1" parent="1" source="act_stu" target="u35"><mxGeometry relative="1" as="geometry" /></mxCell>
        <mxCell id="es36" style="html=1;endArrow=none;strokeColor=#000000;exitX=0;exitY=0.5;entryX=1;entryY=0.5;" edge="1" parent="1" source="act_stu" target="u36"><mxGeometry relative="1" as="geometry" /></mxCell>
        <mxCell id="es37" style="html=1;endArrow=none;strokeColor=#000000;exitX=0;exitY=0.5;entryX=1;entryY=0.5;" edge="1" parent="1" source="act_stu" target="u37"><mxGeometry relative="1" as="geometry" /></mxCell>
        <mxCell id="es38" style="html=1;endArrow=none;strokeColor=#000000;exitX=0;exitY=0.5;entryX=1;entryY=0.5;" edge="1" parent="1" source="act_stu" target="u38"><mxGeometry relative="1" as="geometry" /></mxCell>
        <mxCell id="es39" style="html=1;endArrow=none;strokeColor=#000000;exitX=0;exitY=0.5;entryX=1;entryY=0.5;" edge="1" parent="1" source="act_stu" target="u39"><mxGeometry relative="1" as="geometry" /></mxCell>
        <mxCell id="es40" style="html=1;endArrow=none;strokeColor=#000000;exitX=0;exitY=0.5;entryX=1;entryY=0.5;" edge="1" parent="1" source="act_stu" target="u40"><mxGeometry relative="1" as="geometry" /></mxCell>
        <mxCell id="es41" style="html=1;endArrow=none;strokeColor=#000000;exitX=0;exitY=0.5;entryX=1;entryY=0.5;" edge="1" parent="1" source="act_stu" target="u41"><mxGeometry relative="1" as="geometry" /></mxCell>
        <mxCell id="es42" style="html=1;endArrow=none;strokeColor=#000000;exitX=0;exitY=0.5;entryX=1;entryY=0.5;" edge="1" parent="1" source="act_stu" target="u42"><mxGeometry relative="1" as="geometry" /></mxCell>
        <mxCell id="es43" style="html=1;endArrow=none;strokeColor=#000000;exitX=0;exitY=0.5;entryX=1;entryY=0.5;" edge="1" parent="1" source="act_stu" target="u43"><mxGeometry relative="1" as="geometry" /></mxCell>
        <mxCell id="es44" style="html=1;endArrow=none;strokeColor=#000000;exitX=0;exitY=0.5;entryX=1;entryY=0.5;" edge="1" parent="1" source="act_stu" target="u44"><mxGeometry relative="1" as="geometry" /></mxCell>
        <mxCell id="es45" style="html=1;endArrow=none;strokeColor=#000000;exitX=0;exitY=0.5;entryX=1;entryY=0.5;" edge="1" parent="1" source="act_stu" target="u45"><mxGeometry relative="1" as="geometry" /></mxCell>
        <mxCell id="es46" style="html=1;endArrow=none;strokeColor=#000000;exitX=0;exitY=0.5;entryX=1;entryY=0.5;" edge="1" parent="1" source="act_stu" target="u46"><mxGeometry relative="1" as="geometry" /></mxCell>
        <mxCell id="es48" style="html=1;endArrow=none;strokeColor=#000000;exitX=0;exitY=0.5;entryX=1;entryY=0.5;" edge="1" parent="1" source="act_stu" target="u48"><mxGeometry relative="1" as="geometry" /></mxCell>
        <mxCell id="es49" style="html=1;endArrow=none;strokeColor=#000000;exitX=0;exitY=0.5;entryX=1;entryY=0.5;" edge="1" parent="1" source="act_stu" target="u49"><mxGeometry relative="1" as="geometry" /></mxCell>

        <!-- ============ STUDENT ASSOCIATIONS — left column (top channel) ============ -->
        <mxCell id="es0" style="html=1;endArrow=none;strokeColor=#000000;exitX=0;exitY=0.5;entryX=1;entryY=0.4;" edge="1" parent="1" source="act_stu" target="u0"><mxGeometry relative="1" as="geometry"></mxGeometry></mxCell>
        <mxCell id="es1" style="html=1;endArrow=none;strokeColor=#000000;exitX=0;exitY=0.5;entryX=1;entryY=0.4;" edge="1" parent="1" source="act_stu" target="u1"><mxGeometry relative="1" as="geometry"></mxGeometry></mxCell>
        <mxCell id="es2" style="html=1;endArrow=none;strokeColor=#000000;exitX=0;exitY=0.5;entryX=1;entryY=0.4;" edge="1" parent="1" source="act_stu" target="u2"><mxGeometry relative="1" as="geometry"></mxGeometry></mxCell>
        <mxCell id="es3" style="html=1;endArrow=none;strokeColor=#000000;exitX=0;exitY=0.5;entryX=1;entryY=0.6;" edge="1" parent="1" source="act_stu" target="u3"><mxGeometry relative="1" as="geometry"></mxGeometry></mxCell>
        <mxCell id="es8" style="html=1;endArrow=none;strokeColor=#000000;exitX=0;exitY=0.5;entryX=1;entryY=0.5;" edge="1" parent="1" source="act_stu" target="u8"><mxGeometry relative="1" as="geometry"></mxGeometry></mxCell>
        <mxCell id="es21" style="html=1;endArrow=none;strokeColor=#000000;exitX=0;exitY=0.5;entryX=1;entryY=0.5;" edge="1" parent="1" source="act_stu" target="u21"><mxGeometry relative="1" as="geometry"></mxGeometry></mxCell>
        <mxCell id="es22" style="html=1;endArrow=none;strokeColor=#000000;exitX=0;exitY=0.5;entryX=1;entryY=0.5;" edge="1" parent="1" source="act_stu" target="u22"><mxGeometry relative="1" as="geometry"></mxGeometry></mxCell>
        <mxCell id="es24" style="html=1;endArrow=none;strokeColor=#000000;exitX=0;exitY=0.5;entryX=1;entryY=0.5;" edge="1" parent="1" source="act_stu" target="u24"><mxGeometry relative="1" as="geometry"></mxGeometry></mxCell>
        <mxCell id="es25" style="html=1;endArrow=none;strokeColor=#000000;exitX=0;exitY=0.5;entryX=1;entryY=0.5;" edge="1" parent="1" source="act_stu" target="u25"><mxGeometry relative="1" as="geometry"></mxGeometry></mxCell>
        <mxCell id="es28" style="html=1;endArrow=none;strokeColor=#000000;exitX=0;exitY=0.5;entryX=1;entryY=0.5;" edge="1" parent="1" source="act_stu" target="u28"><mxGeometry relative="1" as="geometry"></mxGeometry></mxCell>
        <mxCell id="es29" style="html=1;endArrow=none;strokeColor=#000000;exitX=0;exitY=0.5;entryX=1;entryY=0.5;" edge="1" parent="1" source="act_stu" target="u29"><mxGeometry relative="1" as="geometry"></mxGeometry></mxCell>

        <!-- ============ AI SERVICE ASSOCIATIONS — right column (right fan) ============ -->
        <mxCell id="ei4" style="html=1;endArrow=none;strokeColor=#000000;exitX=0;exitY=0.5;entryX=1;entryY=0.4;" edge="1" parent="1" source="act_ai" target="u4"><mxGeometry relative="1" as="geometry" /></mxCell>
        <mxCell id="ei5" style="html=1;endArrow=none;strokeColor=#000000;exitX=0;exitY=0.5;entryX=1;entryY=0.4;" edge="1" parent="1" source="act_ai" target="u5"><mxGeometry relative="1" as="geometry" /></mxCell>
        <mxCell id="ei6" style="html=1;endArrow=none;strokeColor=#000000;exitX=0;exitY=0.5;entryX=1;entryY=0.4;" edge="1" parent="1" source="act_ai" target="u6"><mxGeometry relative="1" as="geometry" /></mxCell>
        <mxCell id="ei7" style="html=1;endArrow=none;strokeColor=#000000;exitX=0;exitY=0.5;entryX=1;entryY=0.4;" edge="1" parent="1" source="act_ai" target="u7"><mxGeometry relative="1" as="geometry" /></mxCell>
        <mxCell id="ei10" style="html=1;endArrow=none;strokeColor=#000000;exitX=0;exitY=0.5;entryX=1;entryY=0.6;" edge="1" parent="1" source="act_ai" target="u10"><mxGeometry relative="1" as="geometry" /></mxCell>
        <mxCell id="ei11" style="html=1;endArrow=none;strokeColor=#000000;exitX=0;exitY=0.5;entryX=1;entryY=0.6;" edge="1" parent="1" source="act_ai" target="u11"><mxGeometry relative="1" as="geometry" /></mxCell>
        <mxCell id="ei12" style="html=1;endArrow=none;strokeColor=#000000;exitX=0;exitY=0.5;entryX=1;entryY=0.6;" edge="1" parent="1" source="act_ai" target="u12"><mxGeometry relative="1" as="geometry" /></mxCell>

        <!-- ============ AI SERVICE ASSOCIATIONS — left column (bottom channel) ============ -->
        <mxCell id="ei_rag" style="html=1;endArrow=none;strokeColor=#000000;exitX=0;exitY=0.5;entryX=1;entryY=0.5;" edge="1" parent="1" source="act_ai" target="u_rag"><mxGeometry relative="1" as="geometry"></mxGeometry></mxCell>
        <mxCell id="ei8" style="html=1;endArrow=none;strokeColor=#000000;exitX=0;exitY=0.5;entryX=1;entryY=0.4;" edge="1" parent="1" source="act_ai" target="u8"><mxGeometry relative="1" as="geometry"></mxGeometry></mxCell>
        <mxCell id="ei16" style="html=1;endArrow=none;strokeColor=#000000;exitX=0;exitY=0.5;entryX=1;entryY=0.4;" edge="1" parent="1" source="act_ai" target="u16"><mxGeometry relative="1" as="geometry"></mxGeometry></mxCell>
        <mxCell id="ei17" style="html=1;endArrow=none;strokeColor=#000000;exitX=0;exitY=0.5;entryX=1;entryY=0.4;" edge="1" parent="1" source="act_ai" target="u17"><mxGeometry relative="1" as="geometry"></mxGeometry></mxCell>
        <mxCell id="ei20" style="html=1;endArrow=none;strokeColor=#000000;exitX=0;exitY=0.5;entryX=1;entryY=0.6;" edge="1" parent="1" source="act_ai" target="u20"><mxGeometry relative="1" as="geometry"></mxGeometry></mxCell>

        <!-- ============ INCLUDE RELATIONSHIPS (dashed) ============ -->
        <mxCell id="i_r6" value="«include»" style="html=1;endArrow=open;endFill=0;dashed=1;strokeColor=#000000;fontSize=9;exitX=1;exitY=0.5;entryX=1;entryY=0.5;" edge="1" parent="1" source="u6" target="u_retrieve"><mxGeometry relative="1" as="geometry"><Array as="points"><mxPoint x="978" y="706" /><mxPoint x="978" y="826" /></Array></mxGeometry></mxCell>
        <mxCell id="i_r7" value="«include»" style="html=1;endArrow=open;endFill=0;dashed=1;strokeColor=#000000;fontSize=9;exitX=1;exitY=0.5;entryX=1;entryY=0.5;" edge="1" parent="1" source="u7" target="u_retrieve"><mxGeometry relative="1" as="geometry"><Array as="points"><mxPoint x="992" y="746" /><mxPoint x="992" y="826" /></Array></mxGeometry></mxCell>
        <mxCell id="i_r11" value="«include»" style="html=1;endArrow=open;endFill=0;dashed=1;strokeColor=#000000;fontSize=9;exitX=1;exitY=0.5;entryX=1;entryY=0.5;" edge="1" parent="1" source="u11" target="u_retrieve"><mxGeometry relative="1" as="geometry"><Array as="points"><mxPoint x="1006" y="1066" /><mxPoint x="1006" y="826" /></Array></mxGeometry></mxCell>
        <mxCell id="i_r8" value="«include»" style="html=1;endArrow=open;endFill=0;dashed=1;strokeColor=#000000;fontSize=9;exitX=0.5;exitY=1;entryX=0.5;entryY=0;" edge="1" parent="1" source="u8" target="u_retrieve"><mxGeometry relative="1" as="geometry" /></mxCell>
        <mxCell id="i_v27" value="«include»" style="html=1;endArrow=open;endFill=0;dashed=1;strokeColor=#000000;fontSize=9;exitX=0.5;exitY=1;entryX=0.5;entryY=0;" edge="1" parent="1" source="u27" target="u_validate"><mxGeometry relative="1" as="geometry" /></mxCell>
        <mxCell id="i_v46" value="«include»" style="html=1;endArrow=open;endFill=0;dashed=1;strokeColor=#000000;fontSize=9;exitX=1;exitY=0.5;entryX=1;entryY=0.5;" edge="1" parent="1" source="u46" target="u_validate"><mxGeometry relative="1" as="geometry"><Array as="points"><mxPoint x="1020" y="2066" /><mxPoint x="1020" y="2786" /></Array></mxGeometry></mxCell>
        <mxCell id="i_v49" value="«include»" style="html=1;endArrow=open;endFill=0;dashed=1;strokeColor=#000000;fontSize=9;exitX=1;exitY=0.5;entryX=1;entryY=0.5;" edge="1" parent="1" source="u49" target="u_validate"><mxGeometry relative="1" as="geometry"><Array as="points"><mxPoint x="1034" y="2146" /><mxPoint x="1034" y="2786" /></Array></mxGeometry></mxCell>

        <!-- ============ EXTEND RELATIONSHIPS (dashed) ============ -->
        <mxCell id="x1" value="«extend»" style="html=1;endArrow=open;endFill=0;dashed=1;strokeColor=#000000;fontSize=9;exitX=0.5;exitY=0;entryX=0.5;entryY=1;" edge="1" parent="1" source="L4" target="L3"><mxGeometry relative="1" as="geometry" /></mxCell>
        <mxCell id="x17" value="«extend»" style="html=1;endArrow=open;endFill=0;dashed=1;strokeColor=#000000;fontSize=9;exitX=0.5;exitY=1;entryX=0.5;entryY=0;" edge="1" parent="1" source="u5" target="u6"><mxGeometry relative="1" as="geometry" /></mxCell>
        <mxCell id="x2" value="«extend»" style="html=1;endArrow=open;endFill=0;dashed=1;strokeColor=#000000;fontSize=9;exitX=0.5;exitY=1;entryX=0.5;entryY=0;" edge="1" parent="1" source="u10" target="u9"><mxGeometry relative="1" as="geometry" /></mxCell>
        <mxCell id="x3" value="«extend»" style="html=1;endArrow=open;endFill=0;dashed=1;strokeColor=#000000;fontSize=9;exitX=0;exitY=0.5;entryX=0;entryY=0.5;" edge="1" parent="1" source="u11" target="u9"><mxGeometry relative="1" as="geometry"><Array as="points"><mxPoint x="700" y="1066" /><mxPoint x="700" y="1146" /></Array></mxGeometry></mxCell>
        <mxCell id="x4" value="«extend»" style="html=1;endArrow=open;endFill=0;dashed=1;strokeColor=#000000;fontSize=9;exitX=0;exitY=0.5;entryX=0;entryY=0.5;" edge="1" parent="1" source="u12" target="u9"><mxGeometry relative="1" as="geometry"><Array as="points"><mxPoint x="686" y="1026" /><mxPoint x="686" y="1146" /></Array></mxGeometry></mxCell>
        <mxCell id="x5" value="«extend»" style="html=1;endArrow=open;endFill=0;dashed=1;strokeColor=#000000;fontSize=9;exitX=0.5;exitY=0;entryX=0.5;entryY=1;" edge="1" parent="1" source="u14" target="u13"><mxGeometry relative="1" as="geometry" /></mxCell>
        <mxCell id="x6" value="«extend»" style="html=1;endArrow=open;endFill=0;dashed=1;strokeColor=#000000;fontSize=9;exitX=0;exitY=0.5;entryX=0;entryY=0.5;" edge="1" parent="1" source="u15" target="u13"><mxGeometry relative="1" as="geometry"><Array as="points"><mxPoint x="672" y="1386" /><mxPoint x="672" y="1306" /></Array></mxGeometry></mxCell>
        <mxCell id="x9" value="«extend»" style="html=1;endArrow=open;endFill=0;dashed=1;strokeColor=#000000;fontSize=9;exitX=0;exitY=0.5;entryX=0;entryY=0.5;" edge="1" parent="1" source="u17" target="u18"><mxGeometry relative="1" as="geometry"><Array as="points"><mxPoint x="644" y="906" /><mxPoint x="644" y="1986" /></Array></mxGeometry></mxCell>
        <mxCell id="x7" value="«extend»" style="html=1;endArrow=open;endFill=0;dashed=1;strokeColor=#000000;fontSize=9;exitX=0.5;exitY=0;entryX=0.5;entryY=1;" edge="1" parent="1" source="u19" target="u18"><mxGeometry relative="1" as="geometry" /></mxCell>
        <mxCell id="x8" value="«extend»" style="html=1;endArrow=open;endFill=0;dashed=1;strokeColor=#000000;fontSize=9;exitX=0;exitY=0.5;entryX=0;entryY=0.5;" edge="1" parent="1" source="u20" target="u18"><mxGeometry relative="1" as="geometry"><Array as="points"><mxPoint x="658" y="946" /><mxPoint x="658" y="1986" /></Array></mxGeometry></mxCell>
        <mxCell id="x12" value="«extend»" style="html=1;endArrow=open;endFill=0;dashed=1;strokeColor=#000000;fontSize=9;exitX=0;exitY=0.5;entryX=0;entryY=0.5;" edge="1" parent="1" source="u47" target="u46"><mxGeometry relative="1" as="geometry"><Array as="points"><mxPoint x="602" y="2226" /><mxPoint x="602" y="2066" /></Array></mxGeometry></mxCell>
        <mxCell id="x11" value="«extend»" style="html=1;endArrow=open;endFill=0;dashed=1;strokeColor=#000000;fontSize=9;exitX=0;exitY=0.5;entryX=0;entryY=0.5;" edge="1" parent="1" source="u47" target="u48"><mxGeometry relative="1" as="geometry"><Array as="points"><mxPoint x="616" y="2226" /><mxPoint x="616" y="986" /></Array></mxGeometry></mxCell>
        <mxCell id="x10" value="«extend»" style="html=1;endArrow=open;endFill=0;dashed=1;strokeColor=#000000;fontSize=9;exitX=0;exitY=0.5;entryX=0;entryY=0.5;" edge="1" parent="1" source="u47" target="u49"><mxGeometry relative="1" as="geometry"><Array as="points"><mxPoint x="630" y="2226" /><mxPoint x="630" y="2146" /></Array></mxGeometry></mxCell>
        <mxCell id="x16" value="«extend»" style="html=1;endArrow=open;endFill=0;dashed=1;strokeColor=#000000;fontSize=9;exitX=0.5;exitY=0;entryX=0.5;entryY=1;" edge="1" parent="1" source="u40" target="u49"><mxGeometry relative="1" as="geometry" /></mxCell>
        <mxCell id="x13" value="«extend»" style="html=1;endArrow=open;endFill=0;dashed=1;strokeColor=#000000;fontSize=9;exitX=0.5;exitY=0;entryX=0.5;entryY=1;" edge="1" parent="1" source="u37" target="u9"><mxGeometry relative="1" as="geometry" /></mxCell>
        <mxCell id="x14" value="«extend»" style="html=1;endArrow=open;endFill=0;dashed=1;strokeColor=#000000;fontSize=9;exitX=0;exitY=0.5;entryX=0;entryY=0.5;" edge="1" parent="1" source="u38" target="u9"><mxGeometry relative="1" as="geometry"><Array as="points"><mxPoint x="588" y="1226" /><mxPoint x="588" y="1146" /></Array></mxGeometry></mxCell>
        <mxCell id="x15" value="«extend»" style="html=1;endArrow=open;endFill=0;dashed=1;strokeColor=#000000;fontSize=9;exitX=0;exitY=0.5;entryX=0;entryY=0.5;" edge="1" parent="1" source="u39" target="u9"><mxGeometry relative="1" as="geometry"><Array as="points"><mxPoint x="574" y="1266" /><mxPoint x="574" y="1146" /></Array></mxGeometry></mxCell>

        <!-- ============ LEGEND ============ -->
-         <mxCell id="lg" value="Use Case Diagram — Legend&#10;&#10;Actors:  Lecturer · Admin · Student  (primary)&#10;«secondary» AI Service  (Google Gemini-backed)&#10;&#10;——  association (actor performs use case)&#10;- - -▸  «extend»  optional / triggered case&#10;- - -▸  «include»  always-executed sub-case&#10;&#10;Left column = Lecturer / Admin use cases.&#10;Right column = Student / AI use cases.&#10;Dashed ovals (centre) = «include» targets.&#10;74 use cases · grounded in backend/app/routers/*" style="text;html=1;align=left;whiteSpace=wrap;fillColor=#FFFFFF;strokeColor=#000000;fontSize=11;fontColor=#000000;spacingLeft=10;spacingTop=8;verticalAlign=top" vertex="1" parent="1">
+         <mxCell id="lg" value="Use Case Diagram — Legend&#10;&#10;Actors:  Lecturer · Admin · Student  (primary)&#10;«secondary» AI Service  (Google Gemini-backed)&#10;&#10;——  association (actor performs use case)&#10;- - -▸  «extend»  optional / triggered case&#10;- - -▸  «include»  always-executed sub-case&#10;&#10;Left column = Lecturer / Admin use cases.&#10;Right column = Student / AI use cases.&#10;Dashed ovals (centre) = «include» targets.&#10;76 use cases · grounded in backend/app/routers/*" style="text;html=1;align=left;whiteSpace=wrap;fillColor=#FFFFFF;strokeColor=#000000;fontSize=11;fontColor=#000000;spacingLeft=10;spacingTop=8;verticalAlign=top" vertex="1" parent="1">
          <mxGeometry x="300" y="3110" width="900" height="200" as="geometry" />
        </mxCell>

      </root>
    </mxGraphModel>
  </diagram>
</mxfile>
